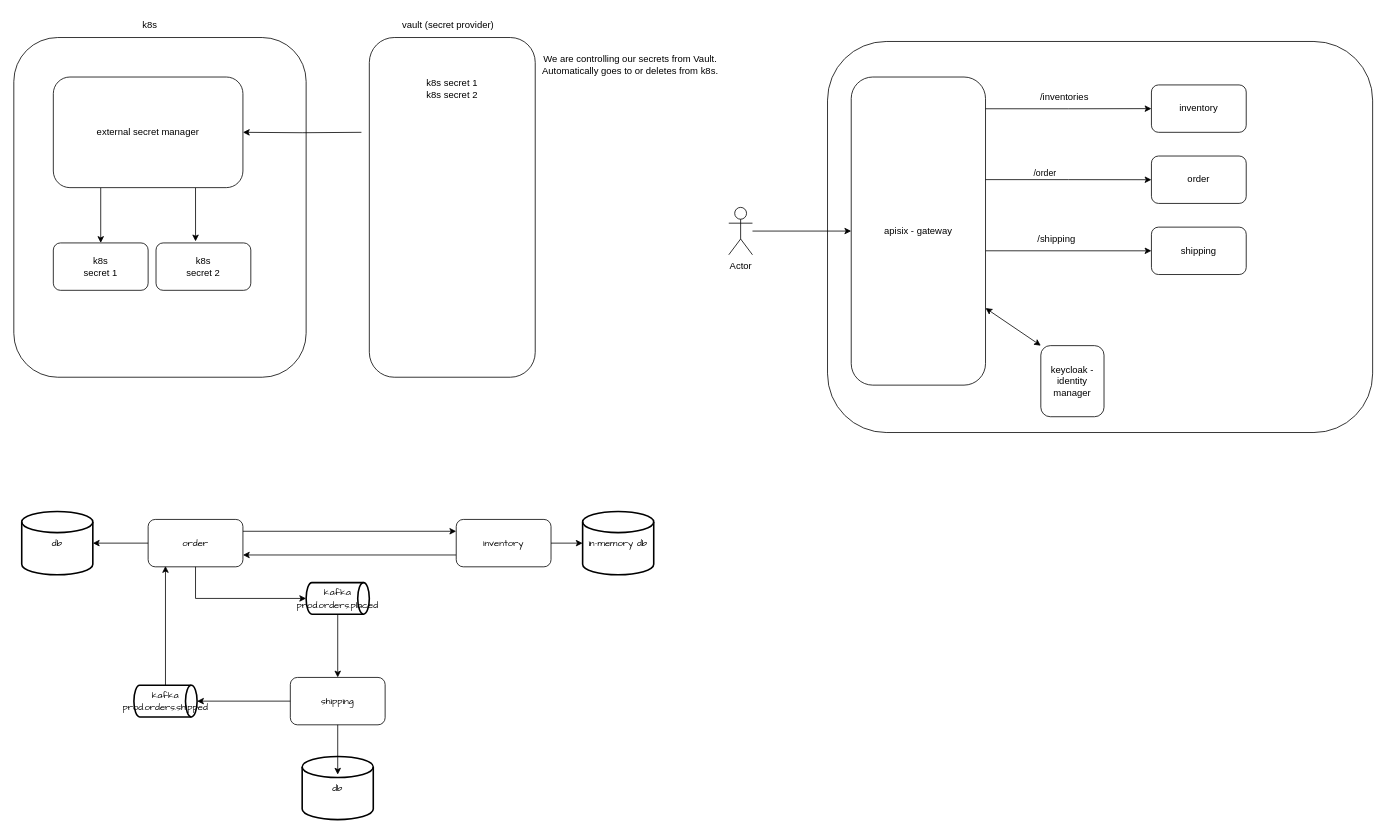
Above: arch.drawio in anilbolat/spring-boot-microservices (draw.io), before the change. Source tidied: cells renumbered, new cells numbered last; positions are measured from the earlier drawing's top-left corner, leaving out a move shared by most shapes. Both pictures are drawn from the tidied source at 79%, with x=0, y=0 at pixel (13, 13).
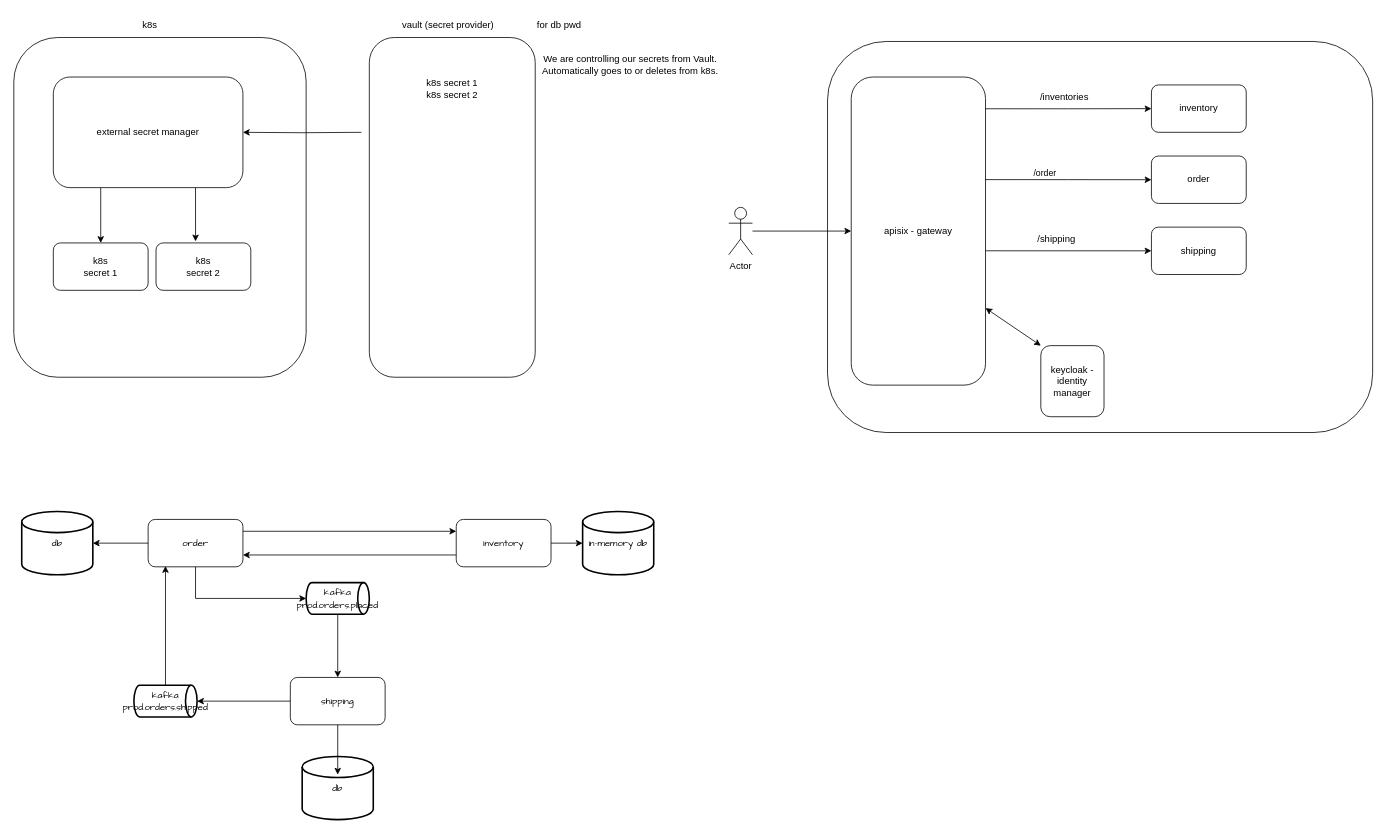
The same page after the edit.

The edit, as a diff of the source:
```diff
@@
+    <mxCell id="46" value="for db pwd" style="text;html=1;align=center;verticalAlign=middle;strokeColor=none;fillColor=none;" parent="1" vertex="1">
+      <mxGeometry x="650" width="80" height="30" as="geometry" />
+    </mxCell>
```
